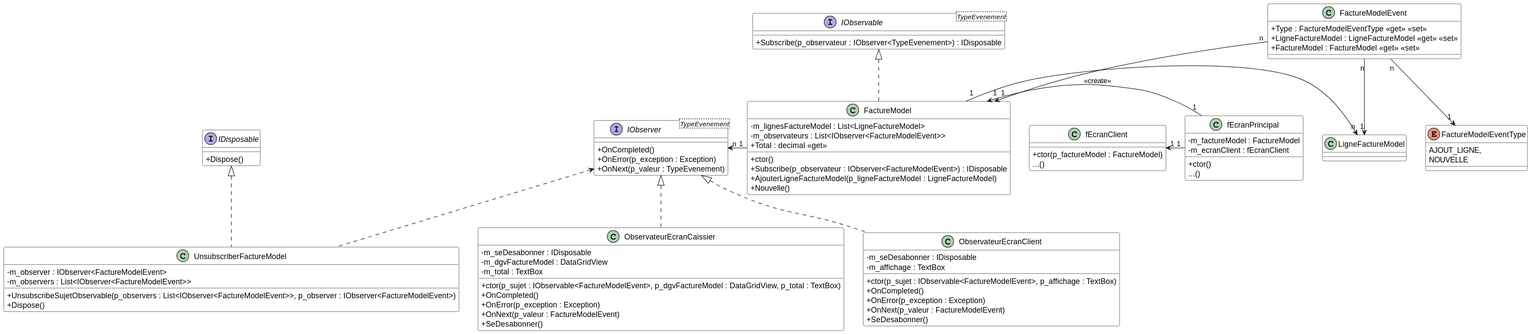
Before: images/Module10_Patrons_Conception02/diag/DiagFacture/DiagAppFactureNonGen.svg, a diagram exported from PlantUML (PiFou86/420-W30-SF).
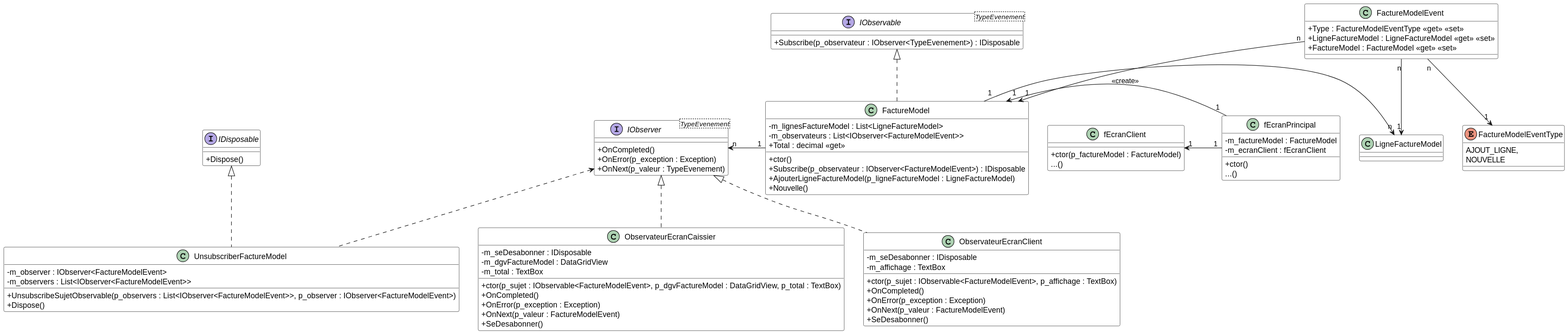
The same diagram one commit later.

What changed in the source:
```diff
@@ -85,10 +85,10 @@
 FactureModelEvent "n" --> "1" FactureModelEventType
 
 fEcranPrincipal "1" -right-> "1" FactureModel : <<create>>
-fEcranPrincipal "1" -left-> "1" fEcranClient
+fEcranPrincipal "1" -left-> "1" fEcranClient : \t
 
 
-FactureModel "1" -left-> "n" IObserver
+FactureModel "1" -left-> "n" IObserver : \t
 FactureModel "1" -right-> "n" LigneFactureModel
 
 IObserver <|.. ObservateurEcranCaissier
```
